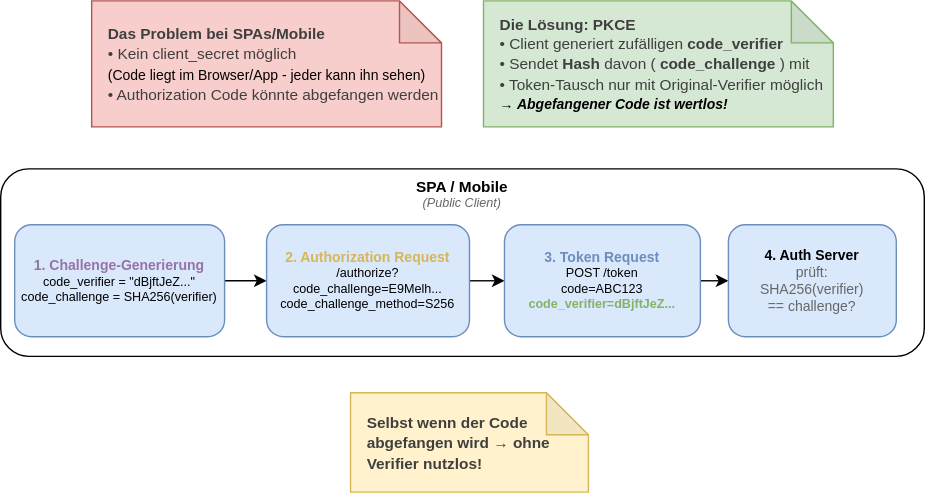
This is slides/02-protokoll-standards/images/auth_code_pkce.drawio.svg from it-erben/training-keycloak, a draw.io export, as it was before one commit. Source tidied: cells renumbered, new cells last; positions are measured from the earlier drawing's top-left corner, leaving out a move shared by most shapes.
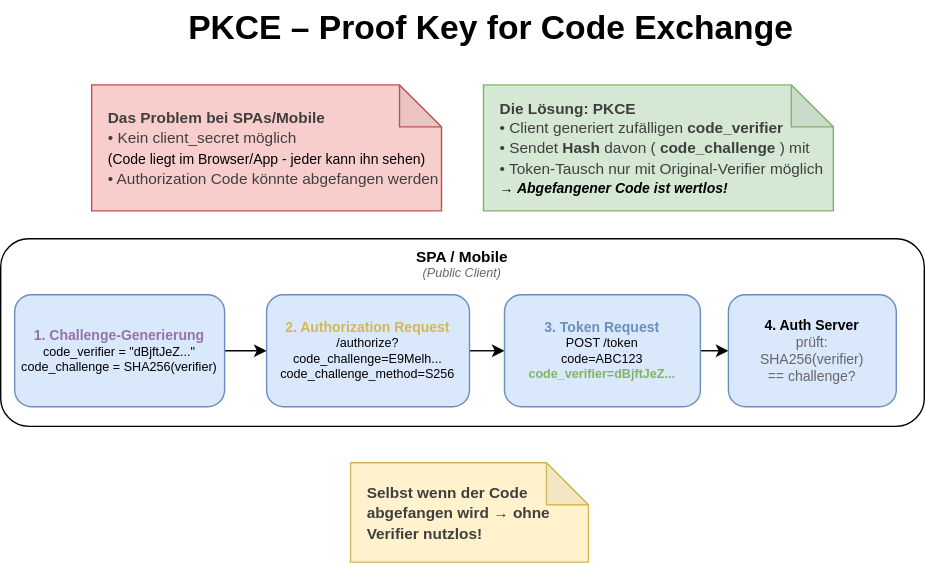
Above is the later version.

The edit, as a diff of the source:
```diff
@@ -27,13 +27,16 @@
       <mxGeometry x="520" y="160" width="120" height="80" as="geometry" />
     </mxCell>
     <mxCell id="10" value="&lt;font style=&quot;scrollbar-color: rgb(226, 226, 226) rgb(251, 251, 251); font-size: 11px;&quot;&gt;&lt;b style=&quot;color: rgb(63, 63, 63); scrollbar-color: rgb(226, 226, 226) rgb(251, 251, 251);&quot;&gt;Das Problem bei SPAs/Mobile&lt;/b&gt;&lt;/font&gt;&lt;br style=&quot;color: rgb(63, 63, 63); scrollbar-color: rgb(226, 226, 226) rgb(251, 251, 251); font-size: 11px;&quot;&gt;&lt;font style=&quot;color: rgb(63, 63, 63); scrollbar-color: rgb(226, 226, 226) rgb(251, 251, 251); font-size: 11px;&quot;&gt;• Kein client_secret möglich&lt;/font&gt;&lt;br style=&quot;color: rgb(63, 63, 63); scrollbar-color: rgb(226, 226, 226) rgb(251, 251, 251); font-size: 11px;&quot;&gt;&lt;font style=&quot;scrollbar-color: rgb(226, 226, 226) rgb(251, 251, 251); font-size: 10px;&quot;&gt;(Code liegt im Browser/App - jeder kann ihn sehen)&lt;/font&gt;&lt;br style=&quot;color: rgb(63, 63, 63); scrollbar-color: rgb(226, 226, 226) rgb(251, 251, 251); font-size: 11px;&quot;&gt;&lt;font style=&quot;color: rgb(63, 63, 63); scrollbar-color: rgb(226, 226, 226) rgb(251, 251, 251); font-size: 11px;&quot;&gt;• Authorization Code könnte abgefangen werden&lt;/font&gt;" style="shape=note;whiteSpace=wrap;html=1;backgroundOutline=1;darkOpacity=0.05;align=left;spacingLeft=10;fillColor=#f8cecc;strokeColor=#b85450;" parent="1" vertex="1">
-      <mxGeometry x="65" width="250" height="90" as="geometry" />
+      <mxGeometry x="65" y="10" width="250" height="90" as="geometry" />
     </mxCell>
     <mxCell id="11" value="&lt;font style=&quot;scrollbar-color: rgb(226, 226, 226) rgb(251, 251, 251); font-size: 11px;&quot;&gt;&lt;b style=&quot;color: rgb(63, 63, 63); scrollbar-color: rgb(226, 226, 226) rgb(251, 251, 251);&quot;&gt;Die Lösung: PKCE&lt;/b&gt;&lt;/font&gt;&lt;br style=&quot;color: rgb(63, 63, 63); scrollbar-color: rgb(226, 226, 226) rgb(251, 251, 251); font-size: 11px;&quot;&gt;&lt;font style=&quot;color: rgb(63, 63, 63); scrollbar-color: rgb(226, 226, 226) rgb(251, 251, 251); font-size: 11px;&quot;&gt;• Client generiert zufälligen &lt;b&gt;code_verifier&lt;/b&gt;&lt;/font&gt;&lt;br style=&quot;color: rgb(63, 63, 63); scrollbar-color: rgb(226, 226, 226) rgb(251, 251, 251); font-size: 11px;&quot;&gt;&lt;font style=&quot;color: rgb(63, 63, 63); scrollbar-color: rgb(226, 226, 226) rgb(251, 251, 251); font-size: 11px;&quot;&gt;• Sendet &lt;b&gt;Hash&lt;/b&gt; davon (&lt;b&gt;code_challenge&lt;/b&gt;) mit&lt;/font&gt;&lt;br style=&quot;color: rgb(63, 63, 63); scrollbar-color: rgb(226, 226, 226) rgb(251, 251, 251); font-size: 11px;&quot;&gt;&lt;font style=&quot;color: rgb(63, 63, 63); scrollbar-color: rgb(226, 226, 226) rgb(251, 251, 251); font-size: 11px;&quot;&gt;• Token-Tausch nur mit Original-Verifier möglich&lt;/font&gt;&lt;br style=&quot;color: rgb(63, 63, 63); scrollbar-color: rgb(226, 226, 226) rgb(251, 251, 251); font-size: 11px;&quot;&gt;&lt;font style=&quot;scrollbar-color: rgb(226, 226, 226) rgb(251, 251, 251); font-size: 10px;&quot;&gt;&lt;i&gt;&lt;b&gt;→ Abgefangener Code ist wertlos!&lt;/b&gt;&lt;/i&gt;&lt;/font&gt;" style="shape=note;whiteSpace=wrap;html=1;backgroundOutline=1;darkOpacity=0.05;align=left;spacingLeft=10;fillColor=#d5e8d4;strokeColor=#82b366;" parent="1" vertex="1">
-      <mxGeometry x="345" width="250" height="90" as="geometry" />
+      <mxGeometry x="345" y="10" width="250" height="90" as="geometry" />
     </mxCell>
     <mxCell id="12" value="&lt;span style=&quot;color: rgb(63, 63, 63); scrollbar-color: rgb(226, 226, 226) rgb(251, 251, 251); font-size: 11px;&quot;&gt;&lt;b&gt;Selbst wenn der Code abgefangen wird → ohne Verifier nutzlos!&lt;/b&gt;&lt;/span&gt;" style="shape=note;whiteSpace=wrap;html=1;backgroundOutline=1;darkOpacity=0.05;fillColor=#fff2cc;strokeColor=#d6b656;align=left;spacingLeft=10;" parent="1" vertex="1">
       <mxGeometry x="250" y="280" width="170" height="71" as="geometry" />
     </mxCell>
+    <mxCell id="13" value="PKCE – Proof Key for Code Exchange" style="text;strokeColor=none;fillColor=none;html=1;fontSize=24;fontStyle=1;verticalAlign=middle;align=center;" parent="1" vertex="1">
+      <mxGeometry x="300" y="-50" width="100" height="40" as="geometry" />
+    </mxCell>
   </root>
 </mxGraphModel>
```
